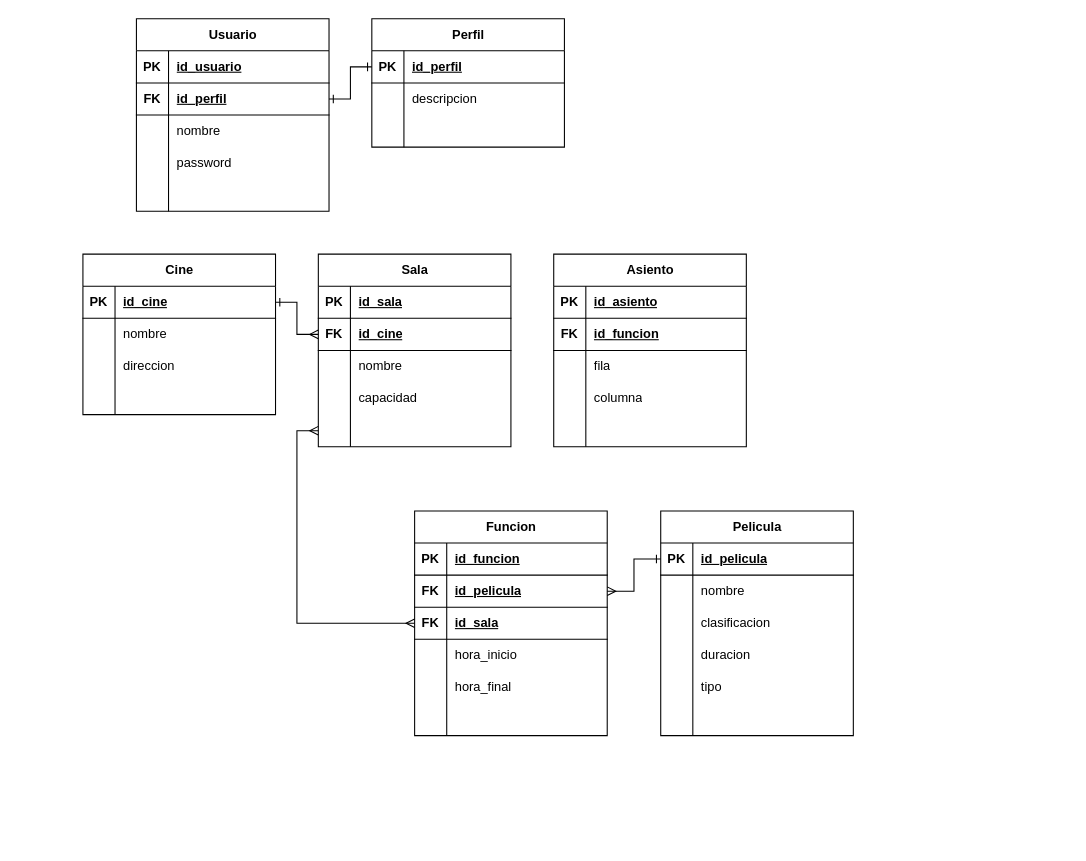
The draw.io diagram Untitled Diagram.drawio in velozo-ag/graphs, before the edit. Source tidied: cells renumbered, new cells numbered last; positions are measured from the earlier drawing's top-left corner, leaving out a move shared by most shapes. Both pictures are drawn from the tidied source at 107%, with x=0, y=0 at pixel (82, 18).
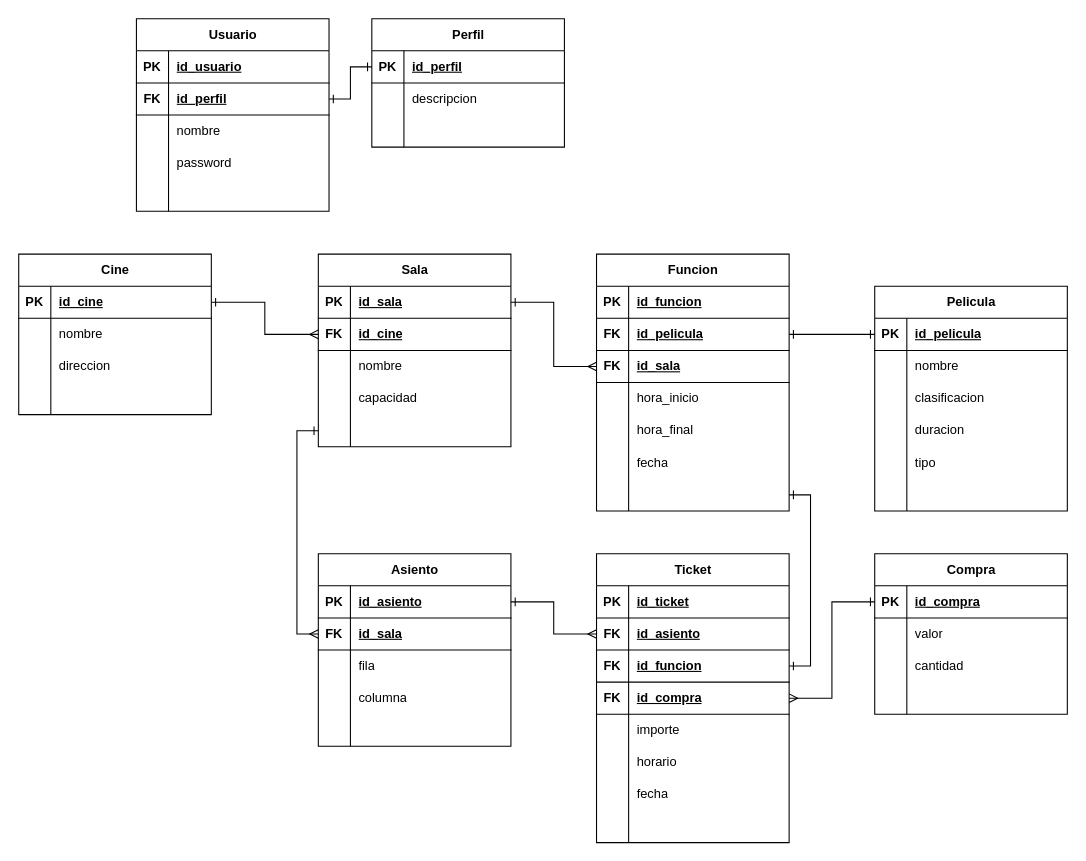
After the change.

Unchanged cells that the change refers to:
```xml
<mxCell id="3" style="shape=tableRow;horizontal=0;startSize=0;swimlaneHead=0;swimlaneBody=0;fillColor=none;points=[[0,0.5],[1,0.5]];portConstraint=eastwest;top=0;left=0;right=0;bottom=1;" parent="2" vertex="1">
  <mxGeometry y="30" width="180" height="30" as="geometry" />
</mxCell>
<mxCell id="15" style="shape=tableRow;horizontal=0;startSize=0;swimlaneHead=0;swimlaneBody=0;fillColor=none;points=[[0,0.5],[1,0.5]];portConstraint=eastwest;top=0;left=0;right=0;bottom=0;" parent="2" vertex="1">
  <mxGeometry y="150" width="180" height="30" as="geometry" />
</mxCell>
<mxCell id="19" style="shape=tableRow;horizontal=0;startSize=0;swimlaneHead=0;swimlaneBody=0;fillColor=none;points=[[0,0.5],[1,0.5]];portConstraint=eastwest;top=0;left=0;right=0;bottom=1;" parent="18" vertex="1">
  <mxGeometry y="30" width="180" height="30" as="geometry" />
</mxCell>
<mxCell id="38" style="shape=tableRow;horizontal=0;startSize=0;swimlaneHead=0;swimlaneBody=0;fillColor=none;points=[[0,0.5],[1,0.5]];portConstraint=eastwest;top=0;left=0;right=0;bottom=1;" parent="34" vertex="1">
  <mxGeometry y="60" width="180" height="30" as="geometry" />
</mxCell>
<mxCell id="41" style="shape=tableRow;horizontal=0;startSize=0;swimlaneHead=0;swimlaneBody=0;fillColor=none;points=[[0,0.5],[1,0.5]];portConstraint=eastwest;top=0;left=0;right=0;bottom=1;" parent="34" vertex="1">
  <mxGeometry y="90" width="180" height="30" as="geometry" />
</mxCell>
<mxCell id="54" style="shape=tableRow;horizontal=0;startSize=0;swimlaneHead=0;swimlaneBody=0;fillColor=none;points=[[0,0.5],[1,0.5]];portConstraint=eastwest;top=0;left=0;right=0;bottom=1;" parent="53" vertex="1">
  <mxGeometry y="30" width="180" height="30" as="geometry" />
</mxCell>
```

What changed in the source:
```diff
@@
     <mxCell id="18" value="Asiento" style="shape=table;startSize=30;childLayout=tableLayout;rowLines=0;fontStyle=1;align=center;html=1;" parent="1" vertex="1">
-      <mxGeometry x="440" y="220" width="180" height="180" as="geometry" />
+      <mxGeometry x="220" y="500" width="180" height="180" as="geometry" />
     </mxCell>
@@
-    <mxCell id="22" style="shape=tableRow;horizontal=0;startSize=0;swimlaneHead=0;swimlaneBody=0;fillColor=none;top=0;left=0;right=0;bottom=1;" parent="18" vertex="1">
-      <mxGeometry y="60" width="180" height="30" as="geometry" />
-    </mxCell>
-    <mxCell id="23" value="FK" style="shape=partialRectangle;fillColor=none;top=0;left=0;bottom=0;right=0;fontStyle=1;overflow=hidden;whiteSpace=wrap;html=1;" parent="22" vertex="1">
-      <mxGeometry width="30" height="30" as="geometry" />
-    </mxCell>
-    <mxCell id="24" value="id_funcion" style="shape=partialRectangle;fillColor=none;top=0;left=0;bottom=0;right=0;align=left;spacingLeft=6;fontStyle=5;overflow=hidden;whiteSpace=wrap;html=1;" parent="22" vertex="1">
-      <mxGeometry x="30" width="150" height="30" as="geometry" />
-    </mxCell>
+    <mxCell id="115" style="shape=tableRow;horizontal=0;startSize=0;swimlaneHead=0;swimlaneBody=0;fillColor=none;points=[[0,0.5],[1,0.5]];portConstraint=eastwest;top=0;left=0;right=0;bottom=1;" parent="18" vertex="1">
+      <mxGeometry y="60" width="180" height="30" as="geometry" />
+    </mxCell>
+    <mxCell id="116" value="FK" style="shape=partialRectangle;fillColor=none;top=0;left=0;bottom=0;right=0;fontStyle=1;overflow=hidden;whiteSpace=wrap;html=1;" parent="115" vertex="1">
+      <mxGeometry width="30" height="30" as="geometry" />
+    </mxCell>
+    <mxCell id="117" value="id_sala" style="shape=partialRectangle;fillColor=none;top=0;left=0;bottom=0;right=0;align=left;spacingLeft=6;fontStyle=5;overflow=hidden;whiteSpace=wrap;html=1;" parent="115" vertex="1">
+      <mxGeometry x="30" width="150" height="30" as="geometry" />
+    </mxCell>
@@
     <mxCell id="34" value="Funcion" style="shape=table;startSize=30;childLayout=tableLayout;rowLines=0;fontStyle=1;align=center;html=1;" parent="1" vertex="1">
-      <mxGeometry x="310" y="460" width="180" height="210" as="geometry" />
+      <mxGeometry x="480" y="220" width="180" height="240" as="geometry" />
     </mxCell>
@@
+    <mxCell id="118" style="shape=tableRow;horizontal=0;startSize=0;swimlaneHead=0;swimlaneBody=0;fillColor=none;top=0;left=0;right=0;bottom=0;" parent="34" vertex="1">
+      <mxGeometry y="180" width="180" height="30" as="geometry" />
+    </mxCell>
+    <mxCell id="119" style="shape=partialRectangle;fillColor=none;top=0;left=0;bottom=0;right=0;overflow=hidden;whiteSpace=wrap;html=1;" parent="118" vertex="1">
+      <mxGeometry width="30" height="30" as="geometry" />
+    </mxCell>
+    <mxCell id="120" value="fecha" style="shape=partialRectangle;fillColor=none;top=0;left=0;bottom=0;right=0;align=left;spacingLeft=6;overflow=hidden;whiteSpace=wrap;html=1;" parent="118" vertex="1">
+      <mxGeometry x="30" width="150" height="30" as="geometry" />
+    </mxCell>
     <mxCell id="50" style="shape=tableRow;horizontal=0;startSize=0;swimlaneHead=0;swimlaneBody=0;fillColor=none;points=[[0,0.5],[1,0.5]];portConstraint=eastwest;top=0;left=0;right=0;bottom=0;" parent="34" vertex="1">
-      <mxGeometry y="180" width="180" height="30" as="geometry" />
+      <mxGeometry y="210" width="180" height="30" as="geometry" />
     </mxCell>
@@
     <mxCell id="53" value="Pelicula" style="shape=table;startSize=30;childLayout=tableLayout;rowLines=0;fontStyle=1;align=center;html=1;" parent="1" vertex="1">
-      <mxGeometry x="540" y="460" width="180" height="210" as="geometry" />
+      <mxGeometry x="740" y="250" width="180" height="210" as="geometry" />
     </mxCell>
@@
     <mxCell id="72" value="Cine" style="shape=table;startSize=30;childLayout=tableLayout;rowLines=0;fontStyle=1;align=center;html=1;" parent="1" vertex="1">
-      <mxGeometry y="220" width="180" height="150" as="geometry" />
+      <mxGeometry x="-60" y="220" width="180" height="150" as="geometry" />
     </mxCell>
@@
-    <mxCell id="113" style="edgeStyle=orthogonalEdgeStyle;rounded=0;jettySize=auto;html=1;exitX=0;exitY=0.5;exitDx=0;exitDy=0;entryX=0;entryY=0.5;entryDx=0;entryDy=0;startArrow=ERmany;startFill=0;endArrow=ERmany;endFill=0;" parent="1" edge="1" source="41" target="15">
-      <mxGeometry relative="1" as="geometry" />
-    </mxCell>
-    <mxCell id="114" style="edgeStyle=orthogonalEdgeStyle;rounded=0;jettySize=auto;html=1;exitX=1;exitY=0.5;exitDx=0;exitDy=0;entryX=0;entryY=0.5;entryDx=0;entryDy=0;startArrow=ERmany;startFill=0;endArrow=ERone;endFill=0;" parent="1" edge="1" source="38" target="54">
+    <mxCell id="114" style="edgeStyle=orthogonalEdgeStyle;rounded=0;jettySize=auto;html=1;exitX=1;exitY=0.5;exitDx=0;exitDy=0;entryX=0;entryY=0.5;entryDx=0;entryDy=0;startArrow=ERone;startFill=0;endArrow=ERone;endFill=0;" parent="1" edge="1" source="38" target="54">
       <mxGeometry relative="1" as="geometry" />
     </mxCell>
+    <mxCell id="121" value="Compra" style="shape=table;startSize=30;childLayout=tableLayout;rowLines=0;fontStyle=1;align=center;html=1;" parent="1" vertex="1">
+      <mxGeometry x="740" y="500" width="180" height="150" as="geometry" />
+    </mxCell>
+    <mxCell id="122" style="shape=tableRow;horizontal=0;startSize=0;swimlaneHead=0;swimlaneBody=0;fillColor=none;points=[[0,0.5],[1,0.5]];portConstraint=eastwest;top=0;left=0;right=0;bottom=1;" parent="121" vertex="1">
+      <mxGeometry y="30" width="180" height="30" as="geometry" />
+    </mxCell>
+    <mxCell id="123" value="PK" style="shape=partialRectangle;fillColor=none;top=0;left=0;bottom=0;right=0;fontStyle=1;overflow=hidden;whiteSpace=wrap;html=1;" parent="122" vertex="1">
+      <mxGeometry width="30" height="30" as="geometry" />
+    </mxCell>
+    <mxCell id="124" value="id_compra" style="shape=partialRectangle;fillColor=none;top=0;left=0;bottom=0;right=0;align=left;spacingLeft=6;fontStyle=5;overflow=hidden;whiteSpace=wrap;html=1;" parent="122" vertex="1">
+      <mxGeometry x="30" width="150" height="30" as="geometry" />
+    </mxCell>
+    <mxCell id="125" style="shape=tableRow;horizontal=0;startSize=0;swimlaneHead=0;swimlaneBody=0;fillColor=none;top=0;left=0;right=0;bottom=0;" parent="121" vertex="1">
+      <mxGeometry y="60" width="180" height="30" as="geometry" />
+    </mxCell>
+    <mxCell id="126" style="shape=partialRectangle;fillColor=none;top=0;left=0;bottom=0;right=0;overflow=hidden;whiteSpace=wrap;html=1;" parent="125" vertex="1">
+      <mxGeometry width="30" height="30" as="geometry" />
+    </mxCell>
+    <mxCell id="127" value="valor" style="shape=partialRectangle;fillColor=none;top=0;left=0;bottom=0;right=0;align=left;spacingLeft=6;overflow=hidden;whiteSpace=wrap;html=1;" parent="125" vertex="1">
+      <mxGeometry x="30" width="150" height="30" as="geometry" />
+    </mxCell>
+    <mxCell id="128" style="shape=tableRow;horizontal=0;startSize=0;swimlaneHead=0;swimlaneBody=0;fillColor=none;top=0;left=0;right=0;bottom=0;" parent="121" vertex="1">
+      <mxGeometry y="90" width="180" height="30" as="geometry" />
+    </mxCell>
+    <mxCell id="129" style="shape=partialRectangle;fillColor=none;top=0;left=0;bottom=0;right=0;overflow=hidden;whiteSpace=wrap;html=1;" parent="128" vertex="1">
+      <mxGeometry width="30" height="30" as="geometry" />
+    </mxCell>
+    <mxCell id="130" value="cantidad" style="shape=partialRectangle;fillColor=none;top=0;left=0;bottom=0;right=0;align=left;spacingLeft=6;overflow=hidden;whiteSpace=wrap;html=1;" parent="128" vertex="1">
+      <mxGeometry x="30" width="150" height="30" as="geometry" />
+    </mxCell>
+    <mxCell id="131" style="shape=tableRow;horizontal=0;startSize=0;swimlaneHead=0;swimlaneBody=0;fillColor=none;top=0;left=0;right=0;bottom=0;" parent="121" vertex="1">
+      <mxGeometry y="120" width="180" height="30" as="geometry" />
+    </mxCell>
+    <mxCell id="132" style="shape=partialRectangle;fillColor=none;top=0;left=0;bottom=0;right=0;overflow=hidden;whiteSpace=wrap;html=1;" parent="131" vertex="1">
+      <mxGeometry width="30" height="30" as="geometry" />
+    </mxCell>
+    <mxCell id="133" style="shape=partialRectangle;fillColor=none;top=0;left=0;bottom=0;right=0;align=left;spacingLeft=6;overflow=hidden;whiteSpace=wrap;html=1;" parent="131" vertex="1">
+      <mxGeometry x="30" width="150" height="30" as="geometry" />
+    </mxCell>
+    <mxCell id="134" value="Ticket" style="shape=table;startSize=30;childLayout=tableLayout;rowLines=0;fontStyle=1;align=center;html=1;" parent="1" vertex="1">
+      <mxGeometry x="480" y="500" width="180" height="270" as="geometry" />
+    </mxCell>
+    <mxCell id="135" style="shape=tableRow;horizontal=0;startSize=0;swimlaneHead=0;swimlaneBody=0;fillColor=none;top=0;left=0;right=0;bottom=1;" parent="134" vertex="1">
+      <mxGeometry y="30" width="180" height="30" as="geometry" />
+    </mxCell>
+    <mxCell id="136" value="PK" style="shape=partialRectangle;fillColor=none;top=0;left=0;bottom=0;right=0;fontStyle=1;overflow=hidden;whiteSpace=wrap;html=1;" parent="135" vertex="1">
+      <mxGeometry width="30" height="30" as="geometry" />
+    </mxCell>
+    <mxCell id="137" value="id_ticket" style="shape=partialRectangle;fillColor=none;top=0;left=0;bottom=0;right=0;align=left;spacingLeft=6;fontStyle=5;overflow=hidden;whiteSpace=wrap;html=1;" parent="135" vertex="1">
+      <mxGeometry x="30" width="150" height="30" as="geometry" />
+    </mxCell>
+    <mxCell id="138" style="shape=tableRow;horizontal=0;startSize=0;swimlaneHead=0;swimlaneBody=0;fillColor=none;points=[[0,0.5],[1,0.5]];portConstraint=eastwest;top=0;left=0;right=0;bottom=1;" parent="134" vertex="1">
+      <mxGeometry y="60" width="180" height="30" as="geometry" />
+    </mxCell>
+    <mxCell id="139" value="FK" style="shape=partialRectangle;fillColor=none;top=0;left=0;bottom=0;right=0;fontStyle=1;overflow=hidden;whiteSpace=wrap;html=1;" parent="138" vertex="1">
+      <mxGeometry width="30" height="30" as="geometry" />
+    </mxCell>
+    <mxCell id="140" value="id_asiento" style="shape=partialRectangle;fillColor=none;top=0;left=0;bottom=0;right=0;align=left;spacingLeft=6;fontStyle=5;overflow=hidden;whiteSpace=wrap;html=1;" parent="138" vertex="1">
+      <mxGeometry x="30" width="150" height="30" as="geometry" />
+    </mxCell>
+    <mxCell id="141" style="shape=tableRow;horizontal=0;startSize=0;swimlaneHead=0;swimlaneBody=0;fillColor=none;points=[[0,0.5],[1,0.5]];portConstraint=eastwest;top=0;left=0;right=0;bottom=1;" parent="134" vertex="1">
+      <mxGeometry y="90" width="180" height="30" as="geometry" />
+    </mxCell>
+    <mxCell id="142" value="FK" style="shape=partialRectangle;fillColor=none;top=0;left=0;bottom=0;right=0;fontStyle=1;overflow=hidden;whiteSpace=wrap;html=1;" parent="141" vertex="1">
+      <mxGeometry width="30" height="30" as="geometry" />
+    </mxCell>
+    <mxCell id="24" value="id_funcion" style="shape=partialRectangle;fillColor=none;top=0;left=0;bottom=0;right=0;align=left;spacingLeft=6;fontStyle=5;overflow=hidden;whiteSpace=wrap;html=1;" parent="141" vertex="1">
+      <mxGeometry x="30" width="150" height="30" as="geometry" />
+    </mxCell>
+    <mxCell id="143" style="shape=tableRow;horizontal=0;startSize=0;swimlaneHead=0;swimlaneBody=0;fillColor=none;points=[[0,0.5],[1,0.5]];portConstraint=eastwest;top=0;left=0;right=0;bottom=1;" parent="134" vertex="1">
+      <mxGeometry y="120" width="180" height="30" as="geometry" />
+    </mxCell>
+    <mxCell id="144" value="FK" style="shape=partialRectangle;fillColor=none;top=0;left=0;bottom=0;right=0;fontStyle=1;overflow=hidden;whiteSpace=wrap;html=1;" parent="143" vertex="1">
+      <mxGeometry width="30" height="30" as="geometry" />
+    </mxCell>
+    <mxCell id="145" value="id_compra" style="shape=partialRectangle;fillColor=none;top=0;left=0;bottom=0;right=0;align=left;spacingLeft=6;fontStyle=5;overflow=hidden;whiteSpace=wrap;html=1;" parent="143" vertex="1">
+      <mxGeometry x="30" width="150" height="30" as="geometry" />
+    </mxCell>
+    <mxCell id="146" style="shape=tableRow;horizontal=0;startSize=0;swimlaneHead=0;swimlaneBody=0;fillColor=none;top=0;left=0;right=0;bottom=0;" parent="134" vertex="1">
+      <mxGeometry y="150" width="180" height="30" as="geometry" />
+    </mxCell>
+    <mxCell id="147" style="shape=partialRectangle;fillColor=none;top=0;left=0;bottom=0;right=0;overflow=hidden;whiteSpace=wrap;html=1;" parent="146" vertex="1">
+      <mxGeometry width="30" height="30" as="geometry" />
+    </mxCell>
+    <mxCell id="148" value="importe" style="shape=partialRectangle;fillColor=none;top=0;left=0;bottom=0;right=0;align=left;spacingLeft=6;overflow=hidden;whiteSpace=wrap;html=1;" parent="146" vertex="1">
+      <mxGeometry x="30" width="150" height="30" as="geometry" />
+    </mxCell>
+    <mxCell id="149" style="shape=tableRow;horizontal=0;startSize=0;swimlaneHead=0;swimlaneBody=0;fillColor=none;top=0;left=0;right=0;bottom=0;" parent="134" vertex="1">
+      <mxGeometry y="180" width="180" height="30" as="geometry" />
+    </mxCell>
+    <mxCell id="150" style="shape=partialRectangle;fillColor=none;top=0;left=0;bottom=0;right=0;overflow=hidden;whiteSpace=wrap;html=1;" parent="149" vertex="1">
+      <mxGeometry width="30" height="30" as="geometry" />
+    </mxCell>
+    <mxCell id="151" value="horario" style="shape=partialRectangle;fillColor=none;top=0;left=0;bottom=0;right=0;align=left;spacingLeft=6;overflow=hidden;whiteSpace=wrap;html=1;" parent="149" vertex="1">
+      <mxGeometry x="30" width="150" height="30" as="geometry" />
+    </mxCell>
+    <mxCell id="152" style="shape=tableRow;horizontal=0;startSize=0;swimlaneHead=0;swimlaneBody=0;fillColor=none;top=0;left=0;right=0;bottom=0;" parent="134" vertex="1">
+      <mxGeometry y="210" width="180" height="30" as="geometry" />
+    </mxCell>
+    <mxCell id="153" style="shape=partialRectangle;fillColor=none;top=0;left=0;bottom=0;right=0;overflow=hidden;whiteSpace=wrap;html=1;" parent="152" vertex="1">
+      <mxGeometry width="30" height="30" as="geometry" />
+    </mxCell>
+    <mxCell id="154" value="fecha" style="shape=partialRectangle;fillColor=none;top=0;left=0;bottom=0;right=0;align=left;spacingLeft=6;overflow=hidden;whiteSpace=wrap;html=1;" parent="152" vertex="1">
+      <mxGeometry x="30" width="150" height="30" as="geometry" />
+    </mxCell>
+    <mxCell id="155" style="shape=tableRow;horizontal=0;startSize=0;swimlaneHead=0;swimlaneBody=0;fillColor=none;top=0;left=0;right=0;bottom=0;" parent="134" vertex="1">
+      <mxGeometry y="240" width="180" height="30" as="geometry" />
+    </mxCell>
+    <mxCell id="156" style="shape=partialRectangle;fillColor=none;top=0;left=0;bottom=0;right=0;overflow=hidden;whiteSpace=wrap;html=1;" parent="155" vertex="1">
+      <mxGeometry width="30" height="30" as="geometry" />
+    </mxCell>
+    <mxCell id="157" style="shape=partialRectangle;fillColor=none;top=0;left=0;bottom=0;right=0;align=left;spacingLeft=6;overflow=hidden;whiteSpace=wrap;html=1;" parent="155" vertex="1">
+      <mxGeometry x="30" width="150" height="30" as="geometry" />
+    </mxCell>
+    <mxCell id="158" style="edgeStyle=orthogonalEdgeStyle;rounded=0;jettySize=auto;html=1;exitX=0;exitY=0.5;exitDx=0;exitDy=0;entryX=1;entryY=0.5;entryDx=0;entryDy=0;endArrow=ERone;endFill=0;startArrow=ERmany;startFill=0;" parent="1" edge="1" source="41" target="3">
+      <mxGeometry relative="1" as="geometry" />
+    </mxCell>
+    <mxCell id="159" style="edgeStyle=orthogonalEdgeStyle;rounded=0;jettySize=auto;html=1;exitX=0;exitY=0.5;exitDx=0;exitDy=0;entryX=0;entryY=0.5;entryDx=0;entryDy=0;endArrow=ERone;endFill=0;startArrow=ERmany;startFill=0;" parent="1" edge="1" source="115" target="15">
+      <mxGeometry relative="1" as="geometry" />
+    </mxCell>
+    <mxCell id="160" style="edgeStyle=orthogonalEdgeStyle;rounded=0;jettySize=auto;html=1;exitX=1;exitY=0.5;exitDx=0;exitDy=0;entryX=0;entryY=0.5;entryDx=0;entryDy=0;startArrow=ERone;startFill=0;endArrow=ERmany;endFill=0;" parent="1" edge="1" source="19" target="138">
+      <mxGeometry relative="1" as="geometry" />
+    </mxCell>
+    <mxCell id="161" style="edgeStyle=orthogonalEdgeStyle;rounded=0;jettySize=auto;html=1;exitX=1;exitY=0.5;exitDx=0;exitDy=0;entryX=0;entryY=0.5;entryDx=0;entryDy=0;startArrow=ERmany;startFill=0;endArrow=ERone;endFill=0;" parent="1" edge="1" source="143" target="122">
+      <mxGeometry relative="1" as="geometry" />
+    </mxCell>
+    <mxCell id="162" style="edgeStyle=orthogonalEdgeStyle;rounded=0;jettySize=auto;html=1;exitX=1;exitY=0.5;exitDx=0;exitDy=0;entryX=1;entryY=0.5;entryDx=0;entryDy=0;startArrow=ERone;startFill=0;endArrow=ERone;endFill=0;" parent="1" edge="1" source="141" target="50">
+      <mxGeometry relative="1" as="geometry" />
+    </mxCell>
```
